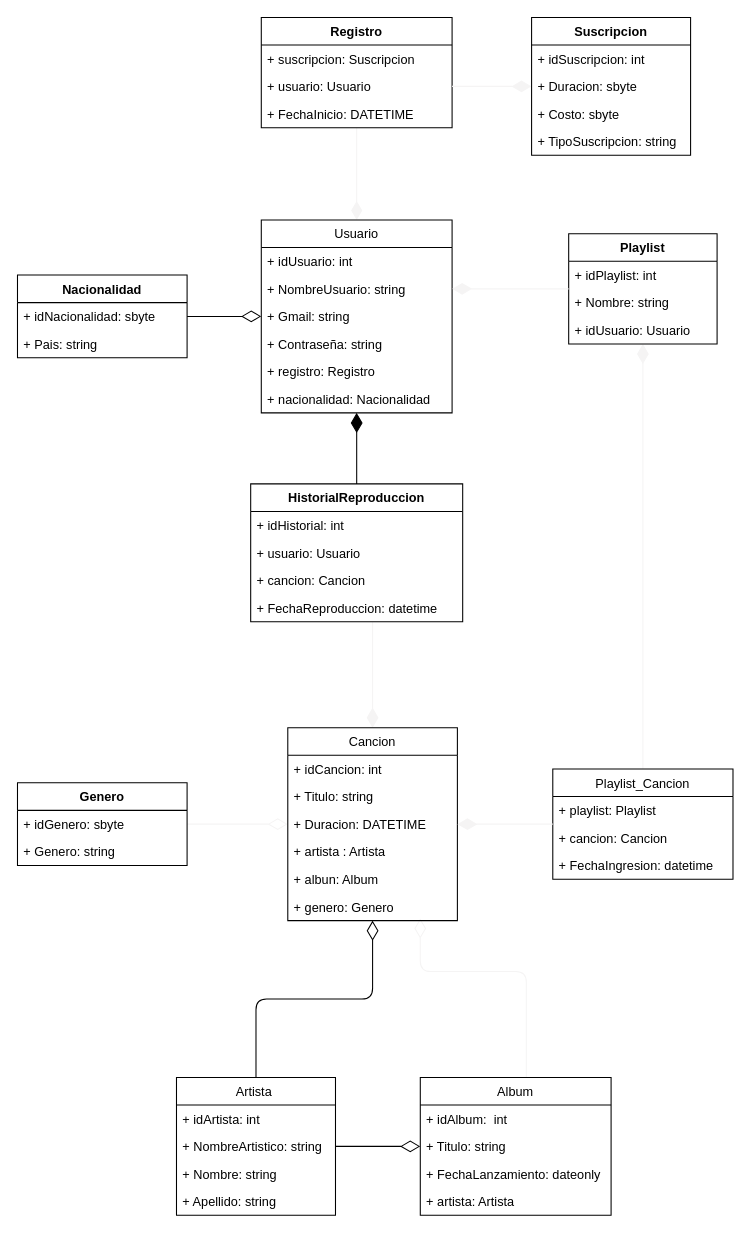
This is doc/Diagrama.drawio from JosuGuzman/BD-Spotify, a draw.io file, before an edit. Source tidied: cells renumbered, new cells numbered last; positions are measured from the earlier drawing's top-left corner, leaving out a move shared by most shapes. Both pictures are drawn from the tidied source at 106%, with x=0, y=0 at pixel (17, 17).
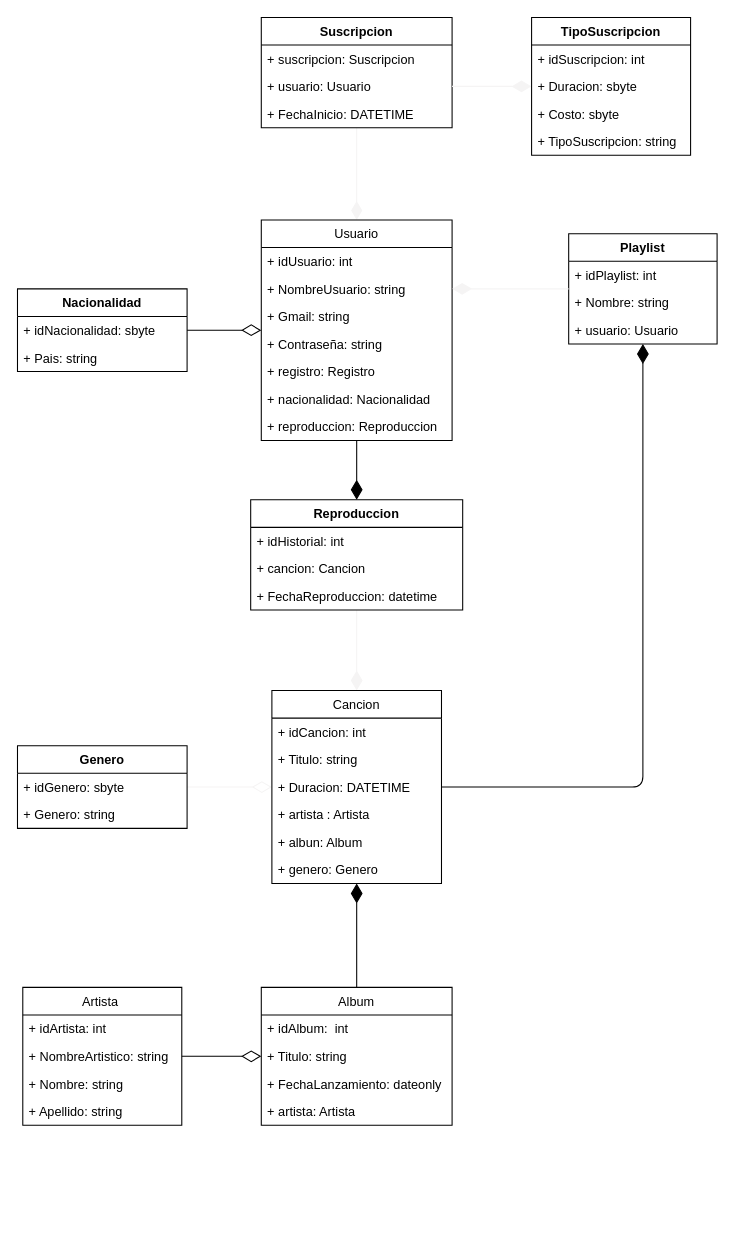
Above is the later version.

Commit message (it also covers changes not shown here):
Diagrama y clases modificadas

Unchanged cells that the change refers to:
```xml
<mxCell id="26" value="+ Duracion: DATETIME" style="text;strokeColor=none;fillColor=none;align=left;verticalAlign=middle;spacingLeft=4;spacingRight=4;overflow=hidden;points=[[0,0.5],[1,0.5]];portConstraint=eastwest;" parent="23" vertex="1">
  <mxGeometry y="78" width="160" height="26" as="geometry" />
</mxCell>
<mxCell id="29" value="+ genero: Genero" style="text;strokeColor=none;fillColor=none;align=left;verticalAlign=middle;spacingLeft=4;spacingRight=4;overflow=hidden;points=[[0,0.5],[1,0.5]];portConstraint=eastwest;" parent="23" vertex="1">
  <mxGeometry y="156" width="160" height="26" as="geometry" />
</mxCell>
<mxCell id="41" value="Playlist" style="swimlane;fontStyle=1;horizontal=1;startSize=26;fillColor=none;" parent="1" vertex="1">
  <mxGeometry x="520" y="204" width="140" height="104" as="geometry" />
</mxCell>
```

The edit, as a diff of the source:
```diff
@@
     <mxCell id="3" value="Genero" style="swimlane;fontStyle=1;horizontal=1;startSize=26;fillColor=none;" parent="1" vertex="1">
-      <mxGeometry y="722" width="160" height="78" as="geometry" />
+      <mxGeometry y="687" width="160" height="78" as="geometry" />
     </mxCell>
@@
     <mxCell id="6" value="Nacionalidad" style="swimlane;fontStyle=1;horizontal=1;startSize=26;fillColor=none;" parent="1" vertex="1">
-      <mxGeometry y="243" width="160" height="78" as="geometry" />
+      <mxGeometry y="256" width="160" height="78" as="geometry" />
     </mxCell>
@@
-    <mxCell id="10" style="edgeStyle=orthogonalEdgeStyle;jumpSize=3;html=1;strokeWidth=1;startArrow=none;startFill=0;endArrow=diamondThin;endFill=0;startSize=6;endSize=16;" parent="1" edge="1" source="11" target="23">
-      <mxGeometry relative="1" as="geometry" />
-    </mxCell>
     <mxCell id="11" value="Artista " style="swimlane;fontStyle=0;horizontal=1;startSize=26;fillColor=none;" parent="1" vertex="1">
-      <mxGeometry x="150" y="1000" width="150" height="130" as="geometry" />
+      <mxGeometry x="5" y="915" width="150" height="130" as="geometry" />
     </mxCell>
@@
-    <mxCell id="16" style="edgeStyle=orthogonalEdgeStyle;html=1;strokeColor=#f5f4f4;strokeWidth=1;startArrow=none;startFill=0;endArrow=diamondThin;endFill=0;startSize=6;endSize=16;entryX=0.781;entryY=0.923;entryDx=0;entryDy=0;entryPerimeter=0;sourcePerimeterSpacing=0;jumpSize=3;" parent="1" edge="1" source="17" target="29">
-      <mxGeometry relative="1" as="geometry">
-        <Array as="points">
-          <mxPoint x="480" y="900" />
-          <mxPoint x="380" y="900" />
-        </Array>
-      </mxGeometry>
-    </mxCell>
+    <mxCell id="66" style="edgeStyle=orthogonalEdgeStyle;jumpSize=3;html=1;strokeWidth=1;startArrow=none;startFill=0;endArrow=diamondThin;endFill=1;startSize=6;endSize=16;" parent="1" edge="1" source="17" target="23">
+      <mxGeometry relative="1" as="geometry" />
+    </mxCell>
     <mxCell id="17" value="Album" style="swimlane;fontStyle=0;horizontal=1;startSize=26;fillColor=none;" parent="1" vertex="1">
-      <mxGeometry x="380" y="1000" width="180" height="130" as="geometry" />
+      <mxGeometry x="230" y="915" width="180" height="130" as="geometry" />
     </mxCell>
@@
     <mxCell id="23" value="Cancion" style="swimlane;fontStyle=0;horizontal=1;startSize=26;fillColor=none;" parent="1" vertex="1">
-      <mxGeometry x="255" y="670" width="160" height="182" as="geometry" />
+      <mxGeometry x="240" y="635" width="160" height="182" as="geometry" />
     </mxCell>
@@
-    <mxCell id="30" style="edgeStyle=orthogonalEdgeStyle;html=1;entryX=0.5;entryY=0;entryDx=0;entryDy=0;strokeWidth=1;startArrow=diamondThin;startFill=1;startSize=16;endArrow=none;endFill=0;" parent="1" edge="1" source="33" target="59">
+    <mxCell id="30" style="edgeStyle=orthogonalEdgeStyle;html=1;entryX=0.5;entryY=0;entryDx=0;entryDy=0;strokeWidth=1;startArrow=none;startFill=0;startSize=16;endArrow=diamondThin;endFill=1;endSize=16;" parent="1" edge="1" source="33" target="59">
       <mxGeometry relative="1" as="geometry" />
     </mxCell>
@@
     <mxCell id="33" value="Usuario" style="swimlane;fontStyle=0;horizontal=1;startSize=26;fillColor=none;" parent="1" vertex="1">
-      <mxGeometry x="230" y="191" width="180" height="182" as="geometry" />
+      <mxGeometry x="230" y="191" width="180" height="208" as="geometry" />
     </mxCell>
@@
-    <mxCell id="40" style="edgeStyle=orthogonalEdgeStyle;html=1;entryX=0.5;entryY=0;entryDx=0;entryDy=0;strokeColor=#f5f4f4;strokeWidth=1;startArrow=diamondThin;startFill=1;endArrow=none;endFill=0;startSize=16;endSize=6;jumpSize=3;" parent="1" edge="1" source="41" target="45">
-      <mxGeometry relative="1" as="geometry" />
-    </mxCell>
+    <mxCell id="67" value="+ reproduccion: Reproduccion" style="text;strokeColor=none;fillColor=none;align=left;verticalAlign=top;spacingLeft=4;spacingRight=4;overflow=hidden;" parent="33" vertex="1">
+      <mxGeometry y="182" width="180" height="26" as="geometry" />
+    </mxCell>
+    <mxCell id="68" style="edgeStyle=orthogonalEdgeStyle;jumpSize=3;html=1;entryX=1;entryY=0.5;entryDx=0;entryDy=0;strokeWidth=1;startArrow=diamondThin;startFill=1;endArrow=none;endFill=0;startSize=16;endSize=16;" parent="1" edge="1" source="41" target="26">
+      <mxGeometry relative="1" as="geometry" />
+    </mxCell>
@@
-    <mxCell id="44" value="+ idUsuario: Usuario" style="text;strokeColor=none;fillColor=none;align=left;verticalAlign=top;spacingLeft=4;spacingRight=4;overflow=hidden;" parent="41" vertex="1">
+    <mxCell id="44" value="+ usuario: Usuario" style="text;strokeColor=none;fillColor=none;align=left;verticalAlign=top;spacingLeft=4;spacingRight=4;overflow=hidden;" parent="41" vertex="1">
       <mxGeometry y="78" width="140" height="26" as="geometry" />
     </mxCell>
-    <mxCell id="45" value="Playlist_Cancion" style="swimlane;fontStyle=0;horizontal=1;startSize=26;fillColor=none;" parent="1" vertex="1">
-      <mxGeometry x="505" y="709" width="170" height="104" as="geometry" />
-    </mxCell>
-    <mxCell id="46" value="+ playlist: Playlist" style="text;strokeColor=none;fillColor=none;align=left;verticalAlign=top;spacingLeft=4;spacingRight=4;overflow=hidden;" parent="45" vertex="1">
-      <mxGeometry y="26" width="170" height="26" as="geometry" />
-    </mxCell>
-    <mxCell id="47" value="+ cancion: Cancion" style="text;strokeColor=none;fillColor=none;align=left;verticalAlign=top;spacingLeft=4;spacingRight=4;overflow=hidden;" parent="45" vertex="1">
-      <mxGeometry y="52" width="170" height="26" as="geometry" />
-    </mxCell>
-    <mxCell id="48" value="+ FechaIngresion: datetime" style="text;strokeColor=none;fillColor=none;align=left;verticalAlign=top;spacingLeft=4;spacingRight=4;overflow=hidden;" parent="45" vertex="1">
-      <mxGeometry y="78" width="170" height="26" as="geometry" />
-    </mxCell>
-    <mxCell id="49" value="Registro" style="swimlane;fontStyle=1;horizontal=1;startSize=26;fillColor=none;" parent="1" vertex="1">
+    <mxCell id="49" value="Suscripcion" style="swimlane;fontStyle=1;horizontal=1;startSize=26;fillColor=none;" parent="1" vertex="1">
       <mxGeometry x="230" width="180" height="104" as="geometry" />
     </mxCell>
@@
-    <mxCell id="54" value="Suscripcion" style="swimlane;fontStyle=1;horizontal=1;startSize=26;fillColor=none;" parent="1" vertex="1">
+    <mxCell id="54" value="TipoSuscripcion" style="swimlane;fontStyle=1;horizontal=1;startSize=26;fillColor=none;" parent="1" vertex="1">
       <mxGeometry x="485" width="150" height="130" as="geometry" />
     </mxCell>
@@
-    <mxCell id="59" value="HistorialReproduccion" style="swimlane;fontStyle=1;horizontal=1;startSize=26;" parent="1" vertex="1">
-      <mxGeometry x="220" y="440" width="200" height="130" as="geometry" />
+    <mxCell id="59" value="Reproduccion" style="swimlane;fontStyle=1;horizontal=1;startSize=26;" parent="1" vertex="1">
+      <mxGeometry x="220" y="455" width="200" height="104" as="geometry" />
     </mxCell>
@@
-    <mxCell id="61" value="+ usuario: Usuario" style="text;strokeColor=none;fillColor=none;align=left;verticalAlign=top;spacingLeft=4;spacingRight=4;overflow=hidden;" parent="59" vertex="1">
-      <mxGeometry y="52" width="200" height="26" as="geometry" />
-    </mxCell>
     <mxCell id="62" value="+ cancion: Cancion" style="text;strokeColor=none;fillColor=none;align=left;verticalAlign=top;spacingLeft=4;spacingRight=4;overflow=hidden;" parent="59" vertex="1">
-      <mxGeometry y="78" width="200" height="26" as="geometry" />
+      <mxGeometry y="52" width="200" height="26" as="geometry" />
     </mxCell>
     <mxCell id="63" value="+ FechaReproduccion: datetime" style="text;strokeColor=none;fillColor=none;align=left;verticalAlign=top;spacingLeft=4;spacingRight=4;overflow=hidden;" parent="59" vertex="1">
-      <mxGeometry y="104" width="200" height="26" as="geometry" />
+      <mxGeometry y="78" width="200" height="26" as="geometry" />
     </mxCell>
-    <mxCell id="64" style="edgeStyle=orthogonalEdgeStyle;html=1;strokeColor=#f5f4f4;strokeWidth=1;startArrow=diamondThin;startFill=1;endArrow=none;endFill=0;startSize=16;endSize=6;jumpSize=3;" parent="1" edge="1" source="26" target="45">
-      <mxGeometry relative="1" as="geometry" />
-    </mxCell>
```
